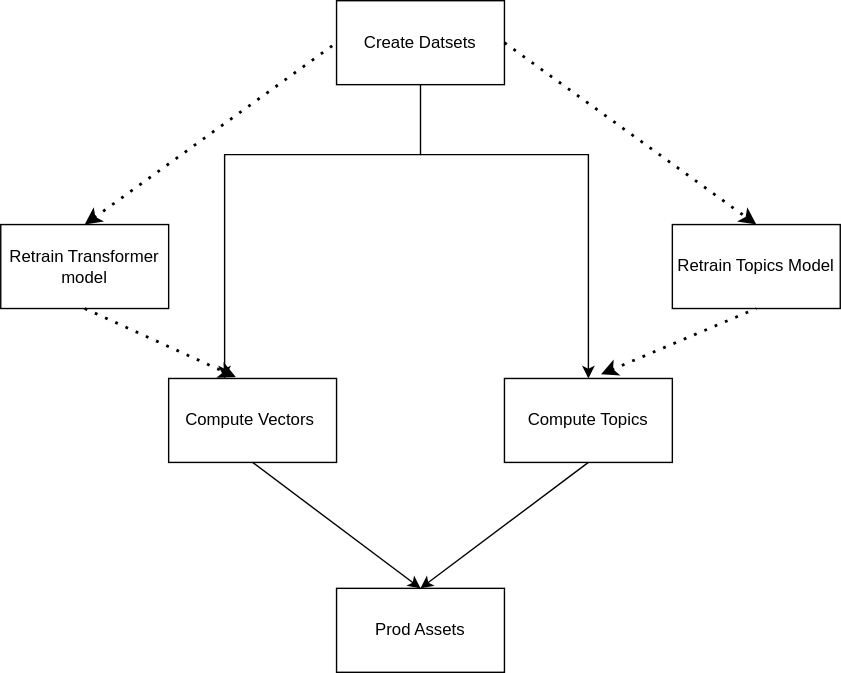
konstellation-io/kdl-server keeps this draw.io diagram as kg/src/pipe/pipeline.svg. Above is the earlier version. Source tidied: cells renumbered, new cells last; positions are measured from the earlier drawing's top-left corner, leaving out a move shared by most shapes. Its diagram source:
```xml
<mxGraphModel>
  <root>
    <mxCell id="0" />
    <mxCell id="1" parent="0" />
    <mxCell id="2" style="edgeStyle=orthogonalEdgeStyle;rounded=0;jettySize=auto;html=1;" parent="1" edge="1" source="3" target="7">
      <mxGeometry relative="1" as="geometry">
        <Array as="points">
          <mxPoint x="300" y="110" />
          <mxPoint x="160" y="110" />
        </Array>
      </mxGeometry>
    </mxCell>
    <mxCell id="3" value="Create Datsets" style="rounded=0;whiteSpace=wrap;html=1;" parent="1" vertex="1">
      <mxGeometry x="240" width="120" height="60" as="geometry" />
    </mxCell>
    <mxCell id="4" value="Retrain Topics Model" style="rounded=0;whiteSpace=wrap;html=1;" parent="1" vertex="1">
      <mxGeometry x="480" y="160" width="120" height="60" as="geometry" />
    </mxCell>
    <mxCell id="5" value="Retrain Transformer model" style="rounded=0;whiteSpace=wrap;html=1;" parent="1" vertex="1">
      <mxGeometry y="160" width="120" height="60" as="geometry" />
    </mxCell>
    <mxCell id="6" style="edgeStyle=orthogonalEdgeStyle;rounded=0;jettySize=auto;html=1;" parent="1" edge="1" target="8">
      <mxGeometry relative="1" as="geometry">
        <mxPoint x="300" y="110" as="sourcePoint" />
      </mxGeometry>
    </mxCell>
    <mxCell id="7" value="Compute Vectors&amp;nbsp;" style="rounded=0;whiteSpace=wrap;html=1;" parent="1" vertex="1">
      <mxGeometry x="120" y="270" width="120" height="60" as="geometry" />
    </mxCell>
    <mxCell id="8" value="Compute Topics" style="rounded=0;whiteSpace=wrap;html=1;" parent="1" vertex="1">
      <mxGeometry x="360" y="270" width="120" height="60" as="geometry" />
    </mxCell>
    <mxCell id="9" style="endArrow=classic;dashed=1;html=1;dashPattern=1 3;strokeWidth=2;entryX=0.5;entryY=0;entryDx=0;entryDy=0;endFill=1;" parent="1" edge="1" target="4">
      <mxGeometry relative="1" as="geometry">
        <mxPoint x="360" y="30" as="sourcePoint" />
      </mxGeometry>
    </mxCell>
    <mxCell id="10" style="endArrow=none;dashed=1;html=1;dashPattern=1 3;strokeWidth=2;entryX=0;entryY=0.5;entryDx=0;entryDy=0;endFill=0;startArrow=classic;startFill=1;exitX=0.5;exitY=0;exitDx=0;exitDy=0;" parent="1" edge="1" source="5" target="3">
      <mxGeometry relative="1" as="geometry" />
    </mxCell>
    <mxCell id="11" style="endArrow=classic;dashed=1;html=1;dashPattern=1 3;strokeWidth=2;exitX=0.5;exitY=1;exitDx=0;exitDy=0;entryX=0.4;entryY=-0.017;entryDx=0;entryDy=0;endFill=1;entryPerimeter=0;" parent="1" edge="1" source="5" target="7">
      <mxGeometry relative="1" as="geometry" />
    </mxCell>
    <mxCell id="12" style="endArrow=none;dashed=1;html=1;dashPattern=1 3;strokeWidth=2;entryX=0.5;entryY=1;entryDx=0;entryDy=0;exitX=0.575;exitY=-0.05;exitDx=0;exitDy=0;startArrow=classic;startFill=1;exitPerimeter=0;" parent="1" edge="1" source="8" target="4">
      <mxGeometry relative="1" as="geometry" />
    </mxCell>
    <mxCell id="13" value="Prod Assets" style="rounded=0;whiteSpace=wrap;html=1;" parent="1" vertex="1">
      <mxGeometry x="240" y="420" width="120" height="60" as="geometry" />
    </mxCell>
    <mxCell id="14" style="endArrow=classic;html=1;exitX=0.5;exitY=1;exitDx=0;exitDy=0;entryX=0.5;entryY=0;entryDx=0;entryDy=0;" parent="1" edge="1" source="7" target="13">
      <mxGeometry relative="1" as="geometry" />
    </mxCell>
    <mxCell id="15" style="endArrow=classic;html=1;exitX=0.5;exitY=1;exitDx=0;exitDy=0;" parent="1" edge="1" source="8">
      <mxGeometry relative="1" as="geometry">
        <mxPoint x="300" y="420" as="targetPoint" />
      </mxGeometry>
    </mxCell>
  </root>
</mxGraphModel>
```
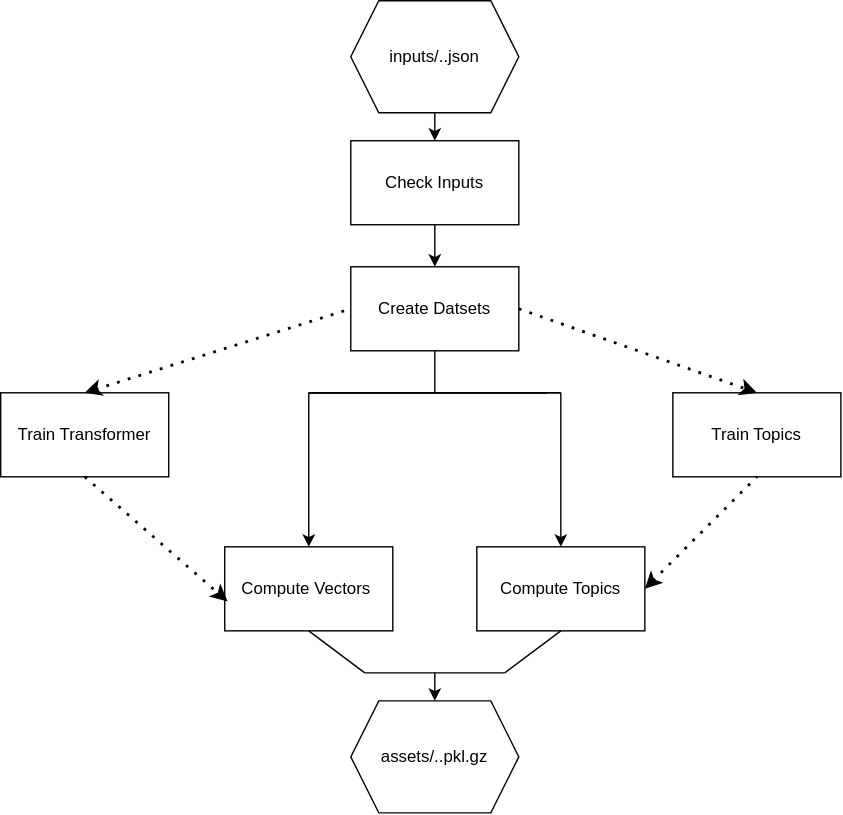
Above is the later version.

Commit message:
refactor compute_topics and compute_vectors extract common functions

Change to the diagram source:
```diff
@@ -2,58 +2,110 @@
   <root>
     <mxCell id="0" />
     <mxCell id="1" parent="0" />
-    <mxCell id="2" style="edgeStyle=orthogonalEdgeStyle;rounded=0;jettySize=auto;html=1;" parent="1" edge="1" source="3" target="7">
-      <mxGeometry relative="1" as="geometry">
-        <Array as="points">
-          <mxPoint x="300" y="110" />
-          <mxPoint x="160" y="110" />
-        </Array>
-      </mxGeometry>
-    </mxCell>
+    <mxCell id="16" value="inputs/..json" style="shape=hexagon;perimeter=hexagonPerimeter2;whiteSpace=wrap;html=1;fixedSize=1;" parent="1" vertex="1">
+      <mxGeometry x="250" y="-40" width="120" height="80" as="geometry" />
+    </mxCell>
+    <mxCell id="17" style="endArrow=classic;html=1;exitX=0.5;exitY=1;exitDx=0;exitDy=0;entryX=0.5;entryY=0;entryDx=0;entryDy=0;" parent="1" edge="1" source="16" target="31">
+      <mxGeometry relative="1" as="geometry" />
+    </mxCell>
+    <mxCell id="18" style="group;" parent="1" vertex="1">
+      <mxGeometry y="150" width="600" height="390" as="geometry" />
+    </mxCell>
-    <mxCell id="3" value="Create Datsets" style="rounded=0;whiteSpace=wrap;html=1;" parent="1" vertex="1">
-      <mxGeometry x="240" width="120" height="60" as="geometry" />
+    <mxCell id="3" value="Create Datsets" style="rounded=0;whiteSpace=wrap;html=1;" parent="18" vertex="1">
+      <mxGeometry x="250" width="120" height="60" as="geometry" />
     </mxCell>
-    <mxCell id="4" value="Retrain Topics Model" style="rounded=0;whiteSpace=wrap;html=1;" parent="1" vertex="1">
-      <mxGeometry x="480" y="160" width="120" height="60" as="geometry" />
+    <mxCell id="4" value="Train Topics" style="rounded=0;whiteSpace=wrap;html=1;" parent="18" vertex="1">
+      <mxGeometry x="480" y="90" width="120" height="60" as="geometry" />
     </mxCell>
-    <mxCell id="5" value="Retrain Transformer model" style="rounded=0;whiteSpace=wrap;html=1;" parent="1" vertex="1">
-      <mxGeometry y="160" width="120" height="60" as="geometry" />
+    <mxCell id="5" value="Train Transformer" style="rounded=0;whiteSpace=wrap;html=1;" parent="18" vertex="1">
+      <mxGeometry y="90" width="120" height="60" as="geometry" />
     </mxCell>
-    <mxCell id="6" style="edgeStyle=orthogonalEdgeStyle;rounded=0;jettySize=auto;html=1;" parent="1" edge="1" target="8">
-      <mxGeometry relative="1" as="geometry">
-        <mxPoint x="300" y="110" as="sourcePoint" />
-      </mxGeometry>
-    </mxCell>
-    <mxCell id="7" value="Compute Vectors&amp;nbsp;" style="rounded=0;whiteSpace=wrap;html=1;" parent="1" vertex="1">
-      <mxGeometry x="120" y="270" width="120" height="60" as="geometry" />
+    <mxCell id="7" value="Compute Vectors&amp;nbsp;" style="rounded=0;whiteSpace=wrap;html=1;" parent="18" vertex="1">
+      <mxGeometry x="160" y="200" width="120" height="60" as="geometry" />
     </mxCell>
-    <mxCell id="8" value="Compute Topics" style="rounded=0;whiteSpace=wrap;html=1;" parent="1" vertex="1">
-      <mxGeometry x="360" y="270" width="120" height="60" as="geometry" />
+    <mxCell id="8" value="Compute Topics" style="rounded=0;whiteSpace=wrap;html=1;" parent="18" vertex="1">
+      <mxGeometry x="340" y="200" width="120" height="60" as="geometry" />
     </mxCell>
-    <mxCell id="9" style="endArrow=classic;dashed=1;html=1;dashPattern=1 3;strokeWidth=2;entryX=0.5;entryY=0;entryDx=0;entryDy=0;endFill=1;" parent="1" edge="1" target="4">
-      <mxGeometry relative="1" as="geometry">
-        <mxPoint x="360" y="30" as="sourcePoint" />
-      </mxGeometry>
+    <mxCell id="9" style="endArrow=classic;dashed=1;html=1;dashPattern=1 3;strokeWidth=2;entryX=0.5;entryY=0;entryDx=0;entryDy=0;endFill=1;exitX=1;exitY=0.5;exitDx=0;exitDy=0;" parent="18" edge="1" source="3" target="4">
+      <mxGeometry relative="1" as="geometry" />
     </mxCell>
-    <mxCell id="10" style="endArrow=none;dashed=1;html=1;dashPattern=1 3;strokeWidth=2;entryX=0;entryY=0.5;entryDx=0;entryDy=0;endFill=0;startArrow=classic;startFill=1;exitX=0.5;exitY=0;exitDx=0;exitDy=0;" parent="1" edge="1" source="5" target="3">
+    <mxCell id="10" style="endArrow=none;dashed=1;html=1;dashPattern=1 3;strokeWidth=2;entryX=0;entryY=0.5;entryDx=0;entryDy=0;endFill=0;startArrow=classic;startFill=1;exitX=0.5;exitY=0;exitDx=0;exitDy=0;" parent="18" edge="1" source="5" target="3">
       <mxGeometry relative="1" as="geometry" />
     </mxCell>
-    <mxCell id="11" style="endArrow=classic;dashed=1;html=1;dashPattern=1 3;strokeWidth=2;exitX=0.5;exitY=1;exitDx=0;exitDy=0;entryX=0.4;entryY=-0.017;entryDx=0;entryDy=0;endFill=1;entryPerimeter=0;" parent="1" edge="1" source="5" target="7">
+    <mxCell id="11" style="endArrow=classic;dashed=1;html=1;dashPattern=1 3;strokeWidth=2;exitX=0.5;exitY=1;exitDx=0;exitDy=0;endFill=1;entryX=0.017;entryY=0.65;entryDx=0;entryDy=0;entryPerimeter=0;" parent="18" edge="1" source="5" target="7">
       <mxGeometry relative="1" as="geometry" />
     </mxCell>
-    <mxCell id="12" style="endArrow=none;dashed=1;html=1;dashPattern=1 3;strokeWidth=2;entryX=0.5;entryY=1;entryDx=0;entryDy=0;exitX=0.575;exitY=-0.05;exitDx=0;exitDy=0;startArrow=classic;startFill=1;exitPerimeter=0;" parent="1" edge="1" source="8" target="4">
+    <mxCell id="12" style="endArrow=none;dashed=1;html=1;dashPattern=1 3;strokeWidth=2;entryX=0.5;entryY=1;entryDx=0;entryDy=0;startArrow=classic;startFill=1;exitX=1;exitY=0.5;exitDx=0;exitDy=0;" parent="18" edge="1" source="8" target="4">
       <mxGeometry relative="1" as="geometry" />
     </mxCell>
-    <mxCell id="13" value="Prod Assets" style="rounded=0;whiteSpace=wrap;html=1;" parent="1" vertex="1">
-      <mxGeometry x="240" y="420" width="120" height="60" as="geometry" />
-    </mxCell>
-    <mxCell id="14" style="endArrow=classic;html=1;exitX=0.5;exitY=1;exitDx=0;exitDy=0;entryX=0.5;entryY=0;entryDx=0;entryDy=0;" parent="1" edge="1" source="7" target="13">
-      <mxGeometry relative="1" as="geometry" />
-    </mxCell>
-    <mxCell id="15" style="endArrow=classic;html=1;exitX=0.5;exitY=1;exitDx=0;exitDy=0;" parent="1" edge="1" source="8">
-      <mxGeometry relative="1" as="geometry">
-        <mxPoint x="300" y="420" as="targetPoint" />
-      </mxGeometry>
-    </mxCell>
+    <mxCell id="19" style="endArrow=none;html=1;" parent="18" edge="1">
+      <mxGeometry relative="1" as="geometry">
+        <mxPoint x="220" y="90" as="sourcePoint" />
+        <mxPoint x="390" y="90" as="targetPoint" />
+      </mxGeometry>
+    </mxCell>
+    <mxCell id="20" style="endArrow=classic;html=1;entryX=0.5;entryY=0;entryDx=0;entryDy=0;" parent="18" edge="1" target="8">
+      <mxGeometry relative="1" as="geometry">
+        <mxPoint x="400" y="90" as="sourcePoint" />
+      </mxGeometry>
+    </mxCell>
+    <mxCell id="21" style="endArrow=classic;html=1;entryX=0.5;entryY=0;entryDx=0;entryDy=0;" parent="18" edge="1" target="7">
+      <mxGeometry relative="1" as="geometry">
+        <mxPoint x="220" y="90" as="sourcePoint" />
+      </mxGeometry>
+    </mxCell>
+    <mxCell id="22" style="endArrow=none;html=1;" parent="18" edge="1">
+      <mxGeometry relative="1" as="geometry">
+        <mxPoint x="220" y="90" as="sourcePoint" />
+        <mxPoint x="400" y="90" as="targetPoint" />
+      </mxGeometry>
+    </mxCell>
+    <mxCell id="23" style="endArrow=none;html=1;" parent="18" edge="1">
+      <mxGeometry relative="1" as="geometry">
+        <mxPoint x="220" y="90" as="sourcePoint" />
+        <mxPoint x="400" y="90" as="targetPoint" />
+      </mxGeometry>
+    </mxCell>
+    <mxCell id="24" style="endArrow=none;html=1;" parent="18" edge="1">
+      <mxGeometry relative="1" as="geometry">
+        <mxPoint x="220" y="90" as="sourcePoint" />
+        <mxPoint x="390" y="90" as="targetPoint" />
+      </mxGeometry>
+    </mxCell>
+    <mxCell id="25" value="assets/..pkl.gz" style="shape=hexagon;perimeter=hexagonPerimeter2;whiteSpace=wrap;html=1;fixedSize=1;" parent="18" vertex="1">
+      <mxGeometry x="250" y="310" width="120" height="80" as="geometry" />
+    </mxCell>
+    <mxCell id="26" style="endArrow=none;html=1;" parent="18" edge="1" target="3">
+      <mxGeometry relative="1" as="geometry">
+        <mxPoint x="310" y="90" as="sourcePoint" />
+      </mxGeometry>
+    </mxCell>
+    <mxCell id="27" style="endArrow=none;html=1;" parent="18" edge="1">
+      <mxGeometry relative="1" as="geometry">
+        <mxPoint x="260" y="290" as="sourcePoint" />
+        <mxPoint x="360" y="290" as="targetPoint" />
+      </mxGeometry>
+    </mxCell>
+    <mxCell id="28" style="endArrow=none;html=1;entryX=0.5;entryY=1;entryDx=0;entryDy=0;" parent="18" edge="1" target="8">
+      <mxGeometry relative="1" as="geometry">
+        <mxPoint x="360" y="290" as="sourcePoint" />
+      </mxGeometry>
+    </mxCell>
+    <mxCell id="29" style="endArrow=none;html=1;entryX=0.5;entryY=1;entryDx=0;entryDy=0;" parent="18" edge="1" target="7">
+      <mxGeometry relative="1" as="geometry">
+        <mxPoint x="260" y="290" as="sourcePoint" />
+      </mxGeometry>
+    </mxCell>
+    <mxCell id="30" style="endArrow=classic;html=1;entryX=0.5;entryY=0;entryDx=0;entryDy=0;" parent="18" edge="1" target="25">
+      <mxGeometry relative="1" as="geometry">
+        <mxPoint x="310" y="290" as="sourcePoint" />
+      </mxGeometry>
+    </mxCell>
+    <mxCell id="31" value="&lt;div&gt;Check Inputs&lt;/div&gt;" style="rounded=0;whiteSpace=wrap;html=1;" parent="1" vertex="1">
+      <mxGeometry x="250" y="60" width="120" height="60" as="geometry" />
+    </mxCell>
+    <mxCell id="32" style="endArrow=classic;html=1;exitX=0.5;exitY=1;exitDx=0;exitDy=0;entryX=0.5;entryY=0;entryDx=0;entryDy=0;" parent="1" edge="1" source="31" target="3">
+      <mxGeometry relative="1" as="geometry" />
+    </mxCell>
   </root>
 </mxGraphModel>
```
